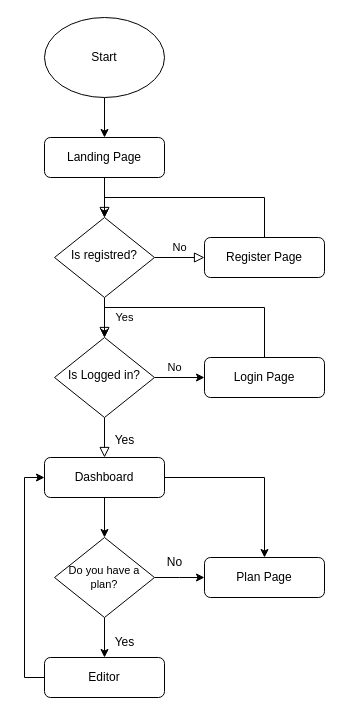
The draw.io diagram Diagrama sin título.drawio in Facundodandrea/mailmy, before the edit. Source tidied: cells renumbered, new cells numbered last; positions are measured from the earlier drawing's top-left corner, leaving out a move shared by most shapes. Both pictures are drawn from the tidied source at 100%, with x=0, y=0 at pixel (24, 17).
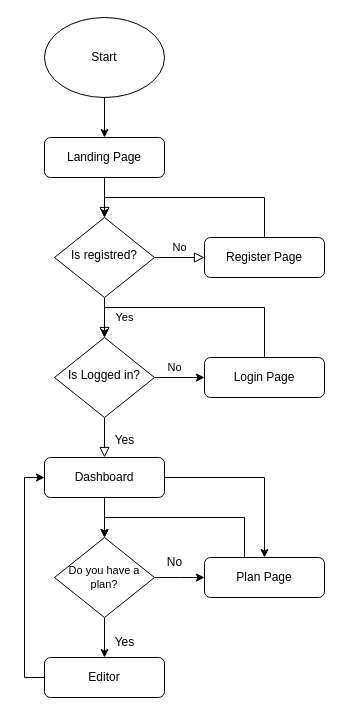
The same diagram, later.

The change refers to these unchanged cells:
```xml
<mxCell id="22" value="&lt;p style=&quot;line-height: 120%; font-size: 11px;&quot;&gt;Do you have a plan?&lt;/p&gt;" style="rhombus;whiteSpace=wrap;html=1;" parent="1" vertex="1">
  <mxGeometry x="30" y="520" width="100" height="80" as="geometry" />
</mxCell>
<mxCell id="27" value="Plan Page" style="rounded=1;whiteSpace=wrap;html=1;fontSize=12;glass=0;strokeWidth=1;shadow=0;" parent="1" vertex="1">
  <mxGeometry x="180" y="540" width="120" height="40" as="geometry" />
</mxCell>
```

The edit, as a diff of the source:
```diff
@@
+    <mxCell id="28" style="edgeStyle=orthogonalEdgeStyle;rounded=0;jettySize=auto;html=1;entryX=0.5;entryY=0;entryDx=0;entryDy=0;" parent="1" edge="1" source="27" target="22">
+      <mxGeometry relative="1" as="geometry">
+        <Array as="points">
+          <mxPoint x="220" y="500" />
+          <mxPoint x="80" y="500" />
+        </Array>
+      </mxGeometry>
+    </mxCell>
```
